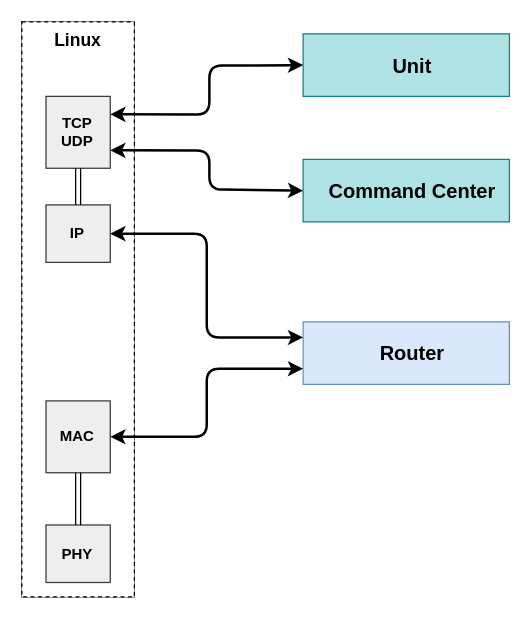
The draw.io diagram page "Page-4" (4 of 4) of docs/figures/system.drawio in mido3ds/C4IAN, before the edit. Source tidied: cells renumbered, new cells numbered last; positions are measured from the earlier drawing's top-left corner, leaving out a move shared by most shapes. Both pictures are drawn from the tidied source at 125%, with x=0, y=0 at pixel (21, 21).
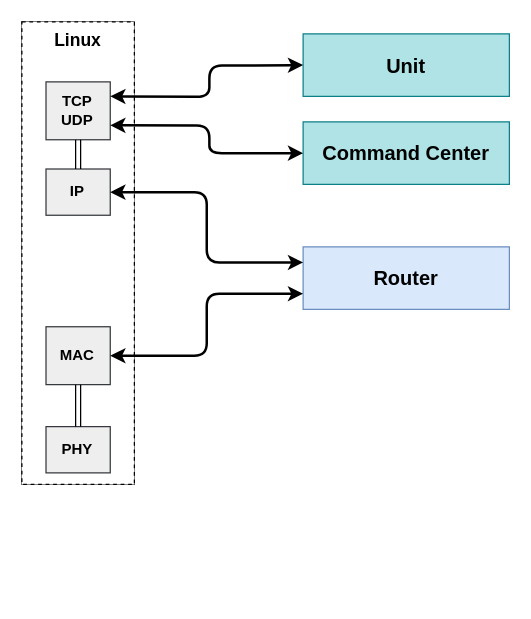
Above is the later version.

Commit message:
Docs: Updated system overall diagram

What changed in the source:
```diff
@@
-    <mxCell id="2" value="&lt;span&gt;&lt;font style=&quot;font-size: 16px&quot;&gt;Router&lt;/font&gt;&lt;/span&gt;" style="rounded=0;whiteSpace=wrap;html=1;fillColor=#dae8fc;strokeColor=#6c8ebf;verticalAlign=middle;align=center;spacingLeft=10;fontStyle=1;" parent="1" vertex="1">
-      <mxGeometry x="225" y="240" width="165" height="50" as="geometry" />
+    <mxCell id="2" value="&lt;span&gt;&lt;font style=&quot;font-size: 16px&quot;&gt;Router&lt;/font&gt;&lt;/span&gt;" style="rounded=0;whiteSpace=wrap;html=1;fillColor=#dae8fc;strokeColor=#6c8ebf;verticalAlign=middle;align=center;spacingLeft=0;fontStyle=1;" parent="1" vertex="1">
+      <mxGeometry x="225" y="180" width="165" height="50" as="geometry" />
     </mxCell>
     <mxCell id="3" style="group;fontStyle=1;fillColor=#ffff88;strokeColor=#36393d;spacingLeft=10;" parent="1" vertex="1">
-      <mxGeometry width="90" height="460" as="geometry" />
+      <mxGeometry width="90" height="370" as="geometry" />
     </mxCell>
     <mxCell id="4" value="&lt;font style=&quot;font-size: 14px&quot;&gt;Linux&lt;/font&gt;" style="rounded=0;whiteSpace=wrap;html=1;dashed=1;labelBackgroundColor=#ffffff;fontSize=12;align=center;verticalAlign=top;fontStyle=1;" parent="3" vertex="1">
-      <mxGeometry width="90" height="460" as="geometry" />
+      <mxGeometry width="90" height="370" as="geometry" />
     </mxCell>
     <mxCell id="5" value="TCP&lt;br&gt;UDP" style="rounded=0;whiteSpace=wrap;html=1;fontStyle=1;fillColor=#eeeeee;strokeColor=#36393d;" parent="3" vertex="1">
-      <mxGeometry x="19.3" y="59.6" width="51.4" height="57.5" as="geometry" />
+      <mxGeometry x="19.3" y="48" width="51.4" height="46.3" as="geometry" />
     </mxCell>
     <mxCell id="6" value="IP" style="rounded=0;whiteSpace=wrap;html=1;fontStyle=1;fillColor=#eeeeee;strokeColor=#36393d;" parent="3" vertex="1">
-      <mxGeometry x="19.3" y="146.4" width="51.4" height="46" as="geometry" />
+      <mxGeometry x="19.3" y="117.7" width="51.4" height="37" as="geometry" />
     </mxCell>
     <mxCell id="7" value="MAC" style="rounded=0;whiteSpace=wrap;html=1;fontStyle=1;fillColor=#eeeeee;strokeColor=#36393d;" parent="3" vertex="1">
-      <mxGeometry x="19.3" y="303.2" width="51.4" height="57.5" as="geometry" />
+      <mxGeometry x="19.3" y="243.9" width="51.4" height="46.3" as="geometry" />
     </mxCell>
     <mxCell id="8" value="PHY" style="rounded=0;whiteSpace=wrap;html=1;fontStyle=1;fillColor=#eeeeee;strokeColor=#36393d;" parent="3" vertex="1">
-      <mxGeometry x="19.3" y="402.5" width="51.4" height="46" as="geometry" />
+      <mxGeometry x="19.3" y="323.8" width="51.4" height="37" as="geometry" />
     </mxCell>
@@
-    <mxCell id="11" value="&lt;b&gt;&lt;font style=&quot;font-size: 16px&quot;&gt;Command Center&lt;/font&gt;&lt;/b&gt;" style="rounded=0;whiteSpace=wrap;html=1;align=center;verticalAlign=middle;spacingLeft=10;fillColor=#b0e3e6;strokeColor=#0e8088;" parent="1" vertex="1">
-      <mxGeometry x="225" y="110" width="165" height="50" as="geometry" />
+    <mxCell id="11" value="&lt;b&gt;&lt;font style=&quot;font-size: 16px&quot;&gt;Command Center&lt;/font&gt;&lt;/b&gt;" style="rounded=0;whiteSpace=wrap;html=1;align=center;verticalAlign=middle;spacingLeft=0;fillColor=#b0e3e6;strokeColor=#0e8088;" parent="1" vertex="1">
+      <mxGeometry x="225" y="80" width="165" height="50" as="geometry" />
     </mxCell>
-    <mxCell id="12" value="&lt;b&gt;&lt;font style=&quot;font-size: 16px&quot;&gt;Unit&lt;/font&gt;&lt;/b&gt;" style="rounded=0;whiteSpace=wrap;html=1;align=center;verticalAlign=middle;spacingLeft=10;fillColor=#b0e3e6;strokeColor=#0e8088;" parent="1" vertex="1">
+    <mxCell id="12" value="&lt;b&gt;&lt;font style=&quot;font-size: 16px&quot;&gt;Unit&lt;/font&gt;&lt;/b&gt;" style="rounded=0;whiteSpace=wrap;html=1;align=center;verticalAlign=middle;spacingLeft=0;fillColor=#b0e3e6;strokeColor=#0e8088;" parent="1" vertex="1">
       <mxGeometry x="225" y="9.6" width="165" height="50" as="geometry" />
     </mxCell>
     <mxCell id="13" style="endArrow=classic;startArrow=classic;html=1;strokeWidth=2;entryX=1;entryY=0.25;entryDx=0;entryDy=0;exitX=0;exitY=0.5;exitDx=0;exitDy=0;" parent="1" edge="1" source="12" target="5">
       <mxGeometry relative="1" as="geometry">
         <Array as="points">
           <mxPoint x="150" y="35" />
-          <mxPoint x="150" y="74" />
+          <mxPoint x="150" y="60" />
         </Array>
       </mxGeometry>
     </mxCell>
     <mxCell id="14" style="endArrow=classic;startArrow=classic;html=1;strokeWidth=2;exitX=1;exitY=0.75;exitDx=0;exitDy=0;entryX=0;entryY=0.5;entryDx=0;entryDy=0;" parent="1" edge="1" source="5" target="11">
       <mxGeometry relative="1" as="geometry">
         <Array as="points">
-          <mxPoint x="150" y="103" />
-          <mxPoint x="150" y="134" />
+          <mxPoint x="150" y="83" />
+          <mxPoint x="150" y="105" />
         </Array>
       </mxGeometry>
     </mxCell>
```
